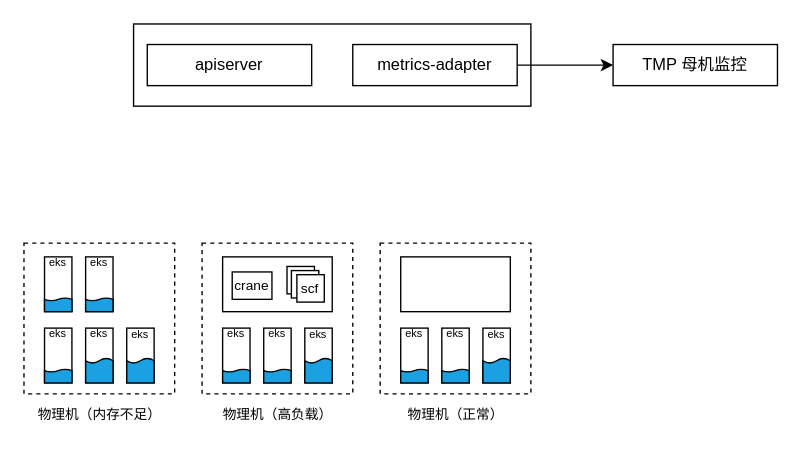
Earlier version of the draw.io diagram vmf.drawio (payall4u/draw.io). Source tidied: cells renumbered, new cells numbered last; positions are measured from the earlier drawing's top-left corner, leaving out a move shared by most shapes. Both pictures are drawn from the tidied source at 137%, with x=0, y=0 at pixel (23, 23).
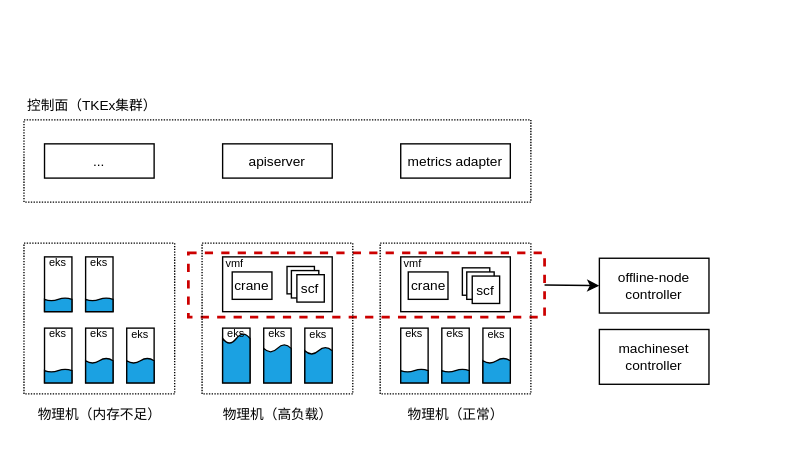
The same page after the edit.

What changed in the source:
```diff
@@
+    <mxCell id="52" style="rounded=0;whiteSpace=wrap;html=1;fillColor=none;strokeColor=#CC0000;dashed=1;strokeWidth=2;" parent="1" vertex="1">
+      <mxGeometry x="120" y="167" width="260" height="47" as="geometry" />
+    </mxCell>
-    <mxCell id="2" style="rounded=0;whiteSpace=wrap;html=1;dashed=1;" parent="1" vertex="1">
+    <mxCell id="2" style="rounded=0;whiteSpace=wrap;html=1;dashed=1;dashPattern=1 1;fillColor=none;" parent="1" vertex="1">
       <mxGeometry x="260" y="160" width="110" height="110" as="geometry" />
     </mxCell>
-    <mxCell id="3" style="rounded=0;whiteSpace=wrap;html=1;" parent="1" vertex="1">
-      <mxGeometry x="80" width="290" height="60" as="geometry" />
+    <mxCell id="3" style="rounded=0;whiteSpace=wrap;html=1;dashed=1;dashPattern=1 1;" parent="1" vertex="1">
+      <mxGeometry y="70" width="370" height="60" as="geometry" />
     </mxCell>
-    <mxCell id="4" style="edgeStyle=orthogonalEdgeStyle;rounded=0;jettySize=auto;html=1;exitX=1;exitY=0.5;exitDx=0;exitDy=0;entryX=0;entryY=0.5;entryDx=0;entryDy=0;" parent="1" edge="1" source="5" target="6">
-      <mxGeometry relative="1" as="geometry" />
-    </mxCell>
-    <mxCell id="5" value="metrics-adapter" style="rounded=0;whiteSpace=wrap;html=1;" parent="1" vertex="1">
-      <mxGeometry x="240" y="15" width="120" height="30" as="geometry" />
-    </mxCell>
-    <mxCell id="6" value="TMP 母机监控" style="rounded=0;whiteSpace=wrap;html=1;" parent="1" vertex="1">
-      <mxGeometry x="430" y="15" width="120" height="30" as="geometry" />
-    </mxCell>
-    <mxCell id="7" value="apiserver" style="whiteSpace=wrap;html=1;" parent="1" vertex="1">
-      <mxGeometry x="90" y="15" width="120" height="30" as="geometry" />
+    <mxCell id="7" value="apiserver" style="whiteSpace=wrap;html=1;fontSize=10;" parent="1" vertex="1">
+      <mxGeometry x="145" y="87.5" width="80" height="25" as="geometry" />
     </mxCell>
@@
-    <mxCell id="14" style="rounded=0;whiteSpace=wrap;html=1;" parent="1" vertex="1">
+    <mxCell id="14" style="rounded=0;whiteSpace=wrap;html=1;strokeWidth=1;" parent="1" vertex="1">
       <mxGeometry x="275" y="170" width="80" height="40" as="geometry" />
     </mxCell>
@@
-    <mxCell id="19" style="rounded=0;whiteSpace=wrap;html=1;dashed=1;" parent="1" vertex="1">
+    <mxCell id="19" style="rounded=0;whiteSpace=wrap;html=1;dashed=1;dashPattern=1 1;fillColor=none;" parent="1" vertex="1">
       <mxGeometry x="130" y="160" width="110" height="110" as="geometry" />
     </mxCell>
@@
     <mxCell id="21" style="shape=document;whiteSpace=wrap;html=1;boundedLbl=1;rotation=-180;fillColor=#1ba1e2;fontColor=#ffffff;strokeColor=#000000;size=0.2;" parent="1" vertex="1">
-      <mxGeometry x="145" y="252" width="20" height="10" as="geometry" />
+      <mxGeometry x="145" y="226" width="20" height="36" as="geometry" />
     </mxCell>
@@
     <mxCell id="23" style="shape=document;whiteSpace=wrap;html=1;boundedLbl=1;rotation=-180;fillColor=#1ba1e2;fontColor=#ffffff;strokeColor=#000000;size=0.2;" parent="1" vertex="1">
-      <mxGeometry x="175" y="252" width="20" height="10" as="geometry" />
+      <mxGeometry x="175" y="234" width="20" height="28" as="geometry" />
     </mxCell>
@@
     <mxCell id="25" style="shape=document;whiteSpace=wrap;html=1;boundedLbl=1;rotation=-180;fillColor=#1ba1e2;fontColor=#ffffff;strokeColor=#000000;size=0.2;" parent="1" vertex="1">
-      <mxGeometry x="205" y="244" width="20" height="18" as="geometry" />
+      <mxGeometry x="205" y="236" width="20" height="26" as="geometry" />
     </mxCell>
@@
-    <mxCell id="31" style="rounded=0;whiteSpace=wrap;html=1;dashed=1;" parent="1" vertex="1">
+    <mxCell id="31" style="rounded=0;whiteSpace=wrap;html=1;dashed=1;dashPattern=1 1;" parent="1" vertex="1">
       <mxGeometry y="160" width="110" height="110" as="geometry" />
     </mxCell>
@@
+    <mxCell id="53" value="crane" style="rounded=0;whiteSpace=wrap;html=1;fontSize=10;" parent="1" vertex="1">
+      <mxGeometry x="280.5" y="181" width="29" height="20" as="geometry" />
+    </mxCell>
+    <mxCell id="54" style="rounded=0;whiteSpace=wrap;html=1;fontSize=10;" parent="1" vertex="1">
+      <mxGeometry x="320" y="178" width="20" height="20" as="geometry" />
+    </mxCell>
+    <mxCell id="55" style="rounded=0;whiteSpace=wrap;html=1;fontSize=10;" parent="1" vertex="1">
+      <mxGeometry x="323.2" y="181" width="20" height="20" as="geometry" />
+    </mxCell>
+    <mxCell id="56" value="scf" style="rounded=0;whiteSpace=wrap;html=1;fontSize=10;" parent="1" vertex="1">
+      <mxGeometry x="327.2" y="184" width="20" height="20" as="geometry" />
+    </mxCell>
+    <mxCell id="57" value="控制面（TKEx集群）" style="text;html=1;align=center;verticalAlign=middle;whiteSpace=wrap;rounded=0;fontSize=10;" parent="1" vertex="1">
+      <mxGeometry y="44" width="100" height="30" as="geometry" />
+    </mxCell>
+    <mxCell id="58" value="metrics adapter" style="whiteSpace=wrap;html=1;fontSize=10;" parent="1" vertex="1">
+      <mxGeometry x="275" y="87.5" width="80" height="25" as="geometry" />
+    </mxCell>
+    <mxCell id="59" value="..." style="whiteSpace=wrap;html=1;fontSize=10;" parent="1" vertex="1">
+      <mxGeometry x="15" y="87.5" width="80" height="25" as="geometry" />
+    </mxCell>
+    <mxCell id="60" value="offline-node&lt;br&gt;controller" style="whiteSpace=wrap;html=1;fontSize=10;" parent="1" vertex="1">
+      <mxGeometry x="420" y="171" width="80" height="40" as="geometry" />
+    </mxCell>
+    <mxCell id="61" value="machineset&lt;br&gt;controller" style="whiteSpace=wrap;html=1;fontSize=10;" parent="1" vertex="1">
+      <mxGeometry x="420" y="223" width="80" height="40" as="geometry" />
+    </mxCell>
+    <mxCell id="62" style="rounded=0;jettySize=auto;html=1;exitX=1;exitY=0.5;exitDx=0;exitDy=0;entryX=0;entryY=0.5;entryDx=0;entryDy=0;" parent="1" edge="1" source="52" target="60">
+      <mxGeometry relative="1" as="geometry" />
+    </mxCell>
+    <mxCell id="63" value="vmf" style="text;html=1;align=center;verticalAlign=middle;whiteSpace=wrap;rounded=0;fontSize=8;" parent="1" vertex="1">
+      <mxGeometry x="274" y="168" width="20" height="14" as="geometry" />
+    </mxCell>
+    <mxCell id="64" value="vmf" style="text;html=1;align=center;verticalAlign=middle;whiteSpace=wrap;rounded=0;fontSize=8;" parent="1" vertex="1">
+      <mxGeometry x="144" y="168" width="20" height="14" as="geometry" />
+    </mxCell>
```
